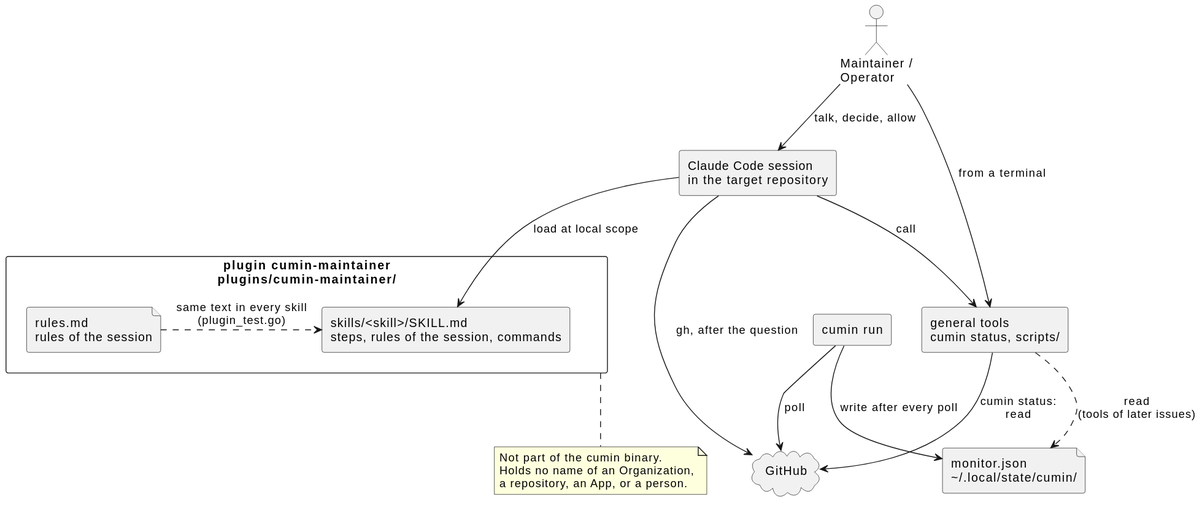
Before: docs/ja/guides/maintainer-skills.svg, a diagram exported from PlantUML (cloveclovedev/cumin-works).
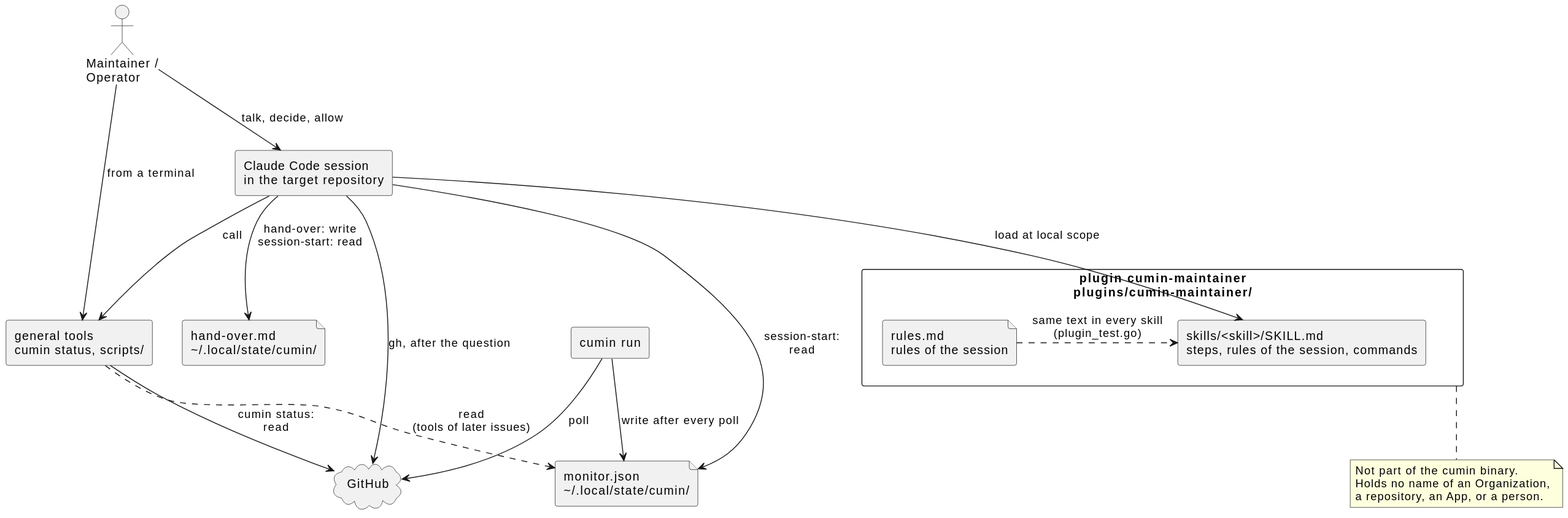
The same file after the commit.

Commit message:
feat(plugin): add the skills for the start of a session and the hand-over (#710)

Diff of the diagram source:
```diff
@@ -12,6 +12,7 @@
 }
 rectangle "general tools\ncumin status, scripts/" as tools
 file "monitor.json\n&#126;/.local/state/cumin/" as monitor
+file "hand-over.md\n&#126;/.local/state/cumin/" as note
 rectangle "cumin run" as run
 
 person --> session : talk, decide, allow
@@ -20,6 +21,8 @@
 rules .right.> skills : same text in every skill\n(plugin_test.go)
 session --> tools : call
 session --> github : gh, after the question
+session --> monitor : session-start:\nread
+session --> note : hand-over: write\nsession-start: read
 tools --> github : cumin status:\nread
 tools ..> monitor : read\n(tools of later issues)
 run --> monitor : write after every poll
```
